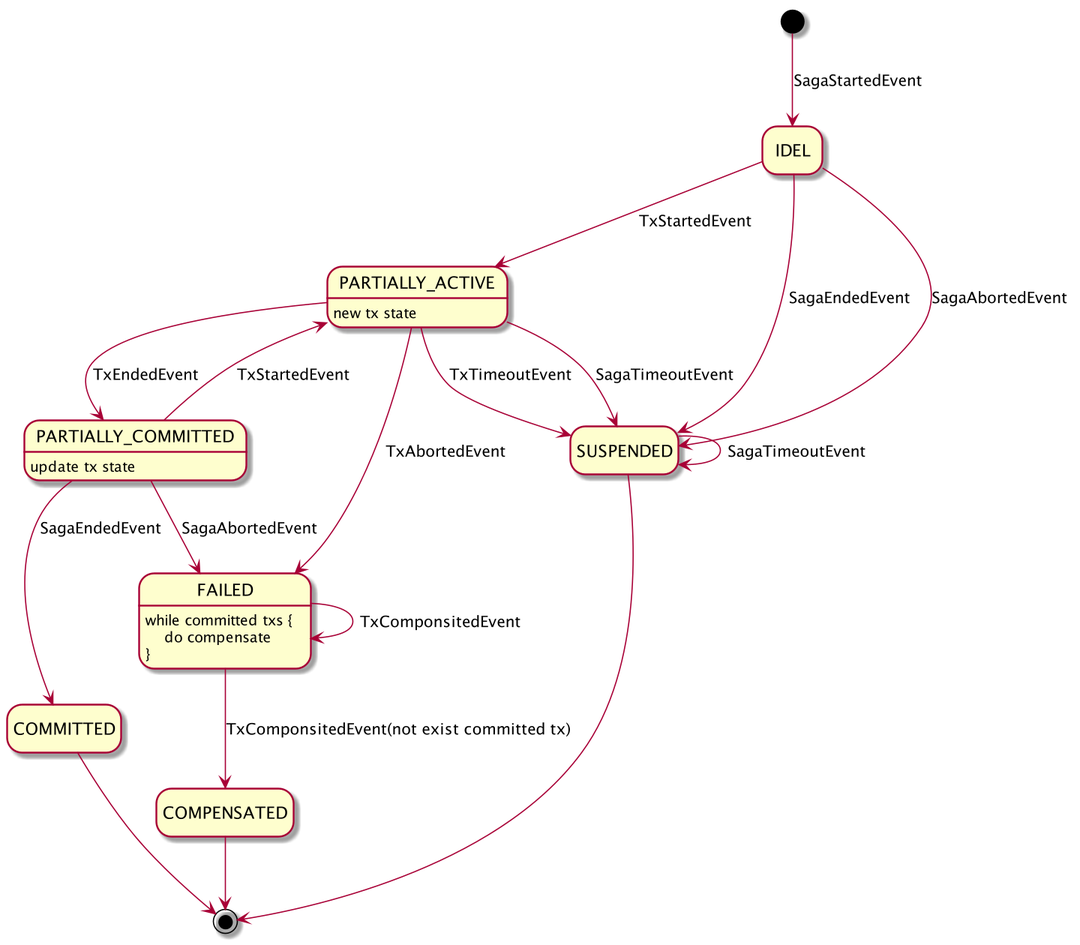
This is state_machine_demo/saga-akkafsm/assets/saga_state_diagram.png from coolbeevip/playground, a PlantUML export, as it was before one commit.
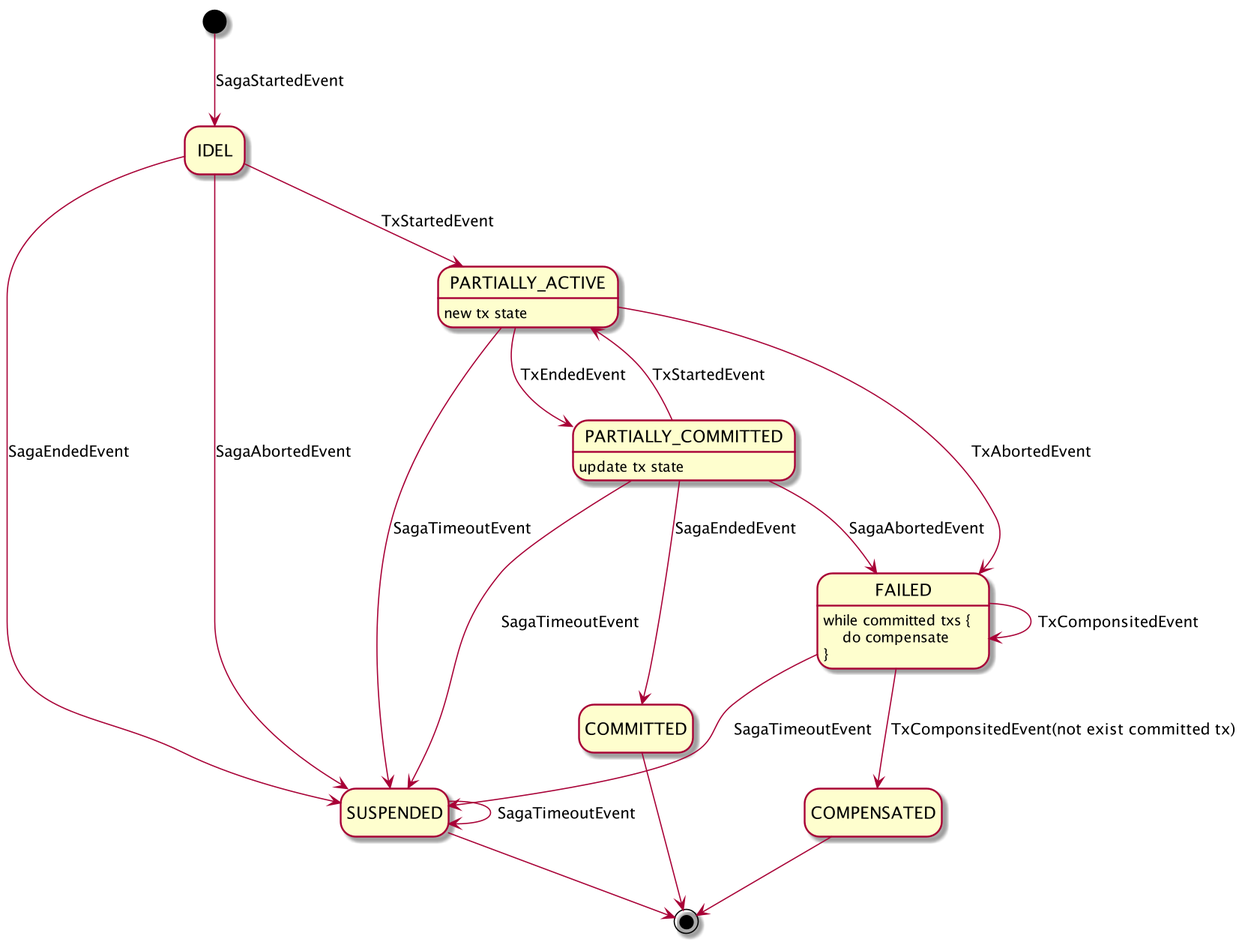
The same file after the commit.

Commit message:
增加场景时序图

Change to the diagram source:
```diff
@@ -15,17 +15,19 @@
 
 PARTIALLY_COMMITTED --> FAILED : SagaAbortedEvent
 
+PARTIALLY_COMMITTED --> SUSPENDED : SagaTimeoutEvent
+
 PARTIALLY_ACTIVE --> PARTIALLY_COMMITTED : TxEndedEvent
 
 PARTIALLY_ACTIVE --> FAILED : TxAbortedEvent
-
-PARTIALLY_ACTIVE --> SUSPENDED : TxTimeoutEvent
 
 PARTIALLY_ACTIVE --> SUSPENDED : SagaTimeoutEvent
 
 SUSPENDED --> SUSPENDED : SagaTimeoutEvent
 
 FAILED --> COMPENSATED : TxComponsitedEvent(not exist committed tx)
+
+FAILED --> SUSPENDED : SagaTimeoutEvent
 
 FAILED --> FAILED : TxComponsitedEvent
 
```
